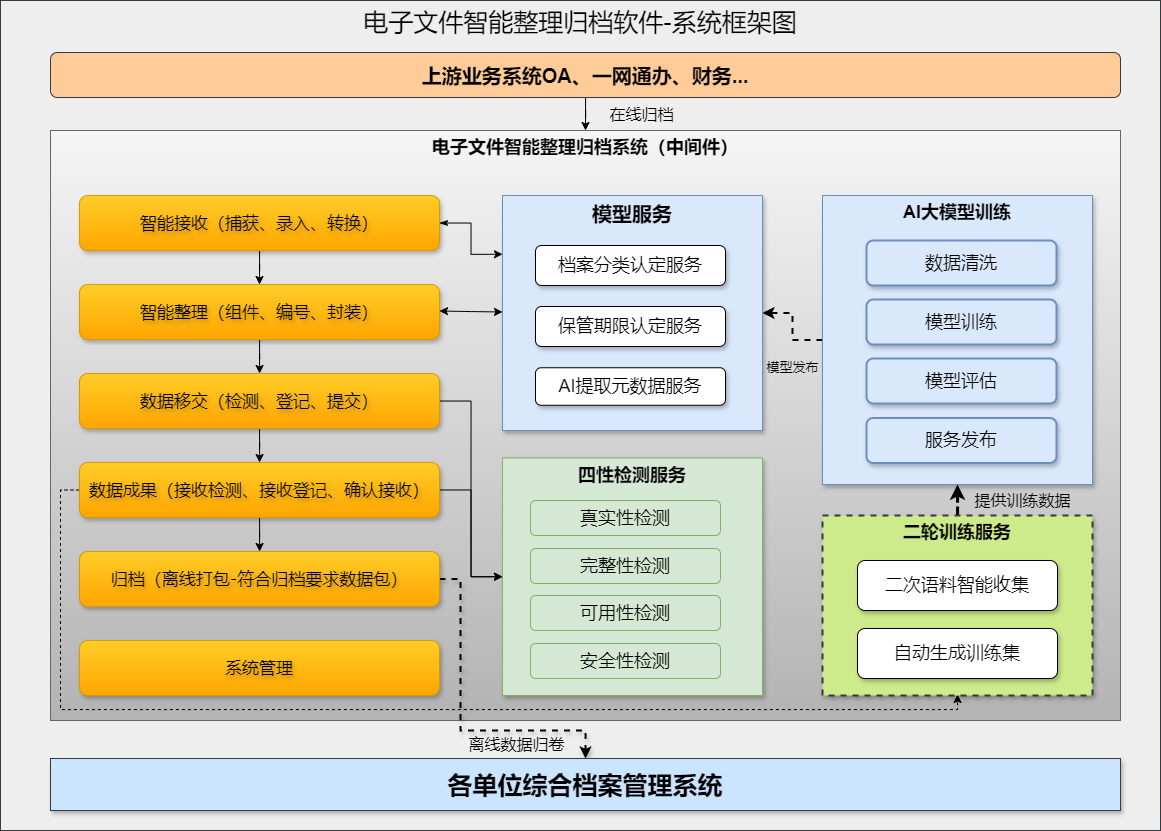
The draw.io diagram 未命名绘图.drawio.png in wss1801/test2, before a commit. Source tidied: cells renumbered, new cells last; positions are measured from the earlier drawing's top-left corner, leaving out a move shared by most shapes.
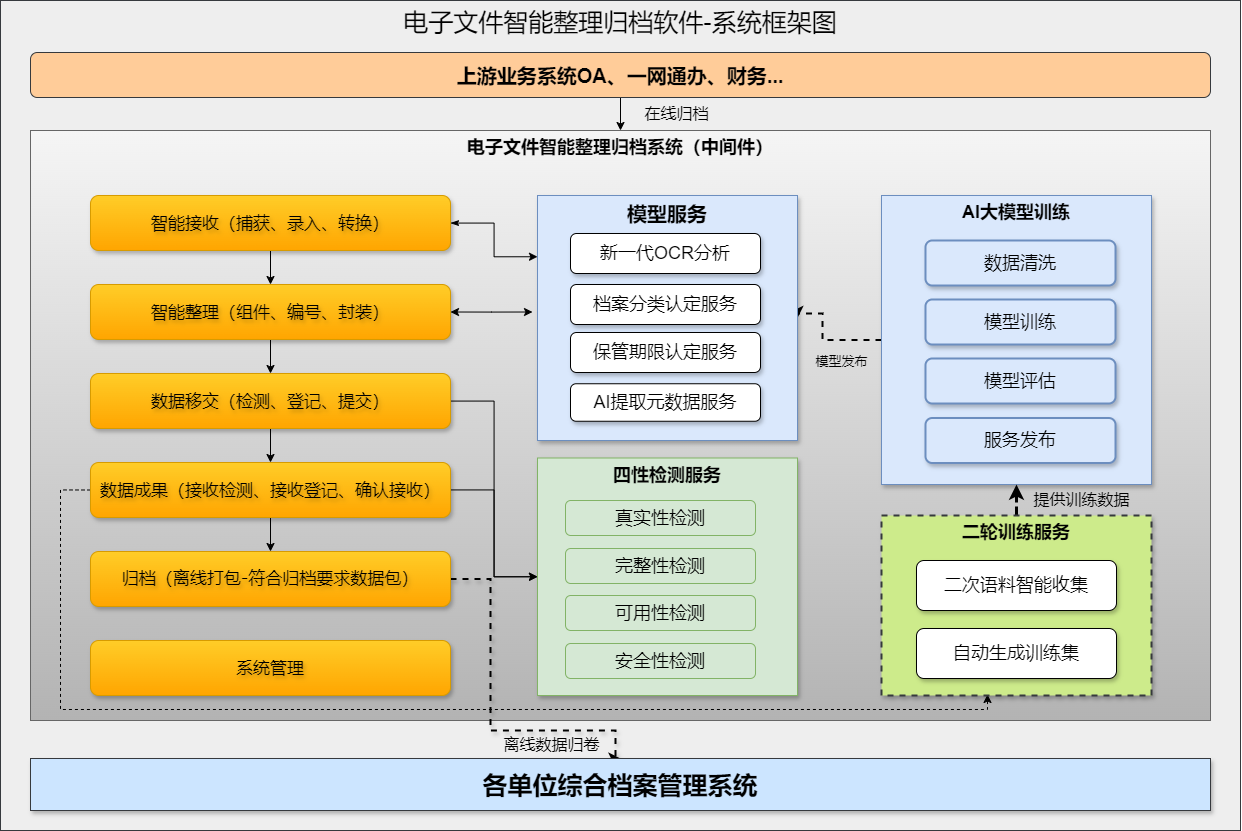
Later version of the same file.

Commit message:
电子文件整编归档.drawio.png

Change to the diagram source:
```diff
@@ -3,7 +3,7 @@
     <mxCell id="0" />
     <mxCell id="1" parent="0" />
     <mxCell id="2" value="电子文件智能整理归档软件-系统框架图" style="rounded=0;whiteSpace=wrap;html=1;fillColor=#eeeeee;strokeColor=#36393d;verticalAlign=top;fontSize=25;fontFamily=Helvetica;textShadow=0;" parent="1" vertex="1">
-      <mxGeometry width="1160" height="830" as="geometry" />
+      <mxGeometry x="-30" width="1240" height="830" as="geometry" />
     </mxCell>
     <mxCell id="3" style="edgeStyle=orthogonalEdgeStyle;rounded=0;jettySize=auto;html=1;entryX=0.5;entryY=0;entryDx=0;entryDy=0;fontSize=18;" parent="1" edge="1" source="5" target="6">
       <mxGeometry relative="1" as="geometry" />
@@ -14,10 +14,10 @@
       </mxGeometry>
     </mxCell>
     <mxCell id="5" value="上游业务系统OA、一网通办、财务..." style="rounded=1;whiteSpace=wrap;html=1;fontSize=20;fillColor=#ffcc99;strokeColor=#36393d;fontStyle=1;" parent="1" vertex="1">
-      <mxGeometry x="50" y="52" width="1070" height="45" as="geometry" />
+      <mxGeometry y="52" width="1180" height="45" as="geometry" />
     </mxCell>
     <mxCell id="6" value="电子文件智能整理归档系统（中间件）" style="rounded=0;whiteSpace=wrap;html=1;verticalAlign=top;fontSize=18;fillColor=#f5f5f5;gradientColor=#b3b3b3;strokeColor=#666666;fontStyle=1;align=center;" parent="1" vertex="1">
-      <mxGeometry x="50" y="130" width="1070" height="590" as="geometry" />
+      <mxGeometry y="130" width="1180" height="590" as="geometry" />
     </mxCell>
     <mxCell id="7" style="edgeStyle=orthogonalEdgeStyle;rounded=0;jettySize=auto;html=1;entryX=0;entryY=0.25;entryDx=0;entryDy=0;startArrow=classicThin;startFill=1;" parent="1" edge="1" source="9" target="35">
       <mxGeometry relative="1" as="geometry" />
@@ -26,11 +26,10 @@
       <mxGeometry relative="1" as="geometry" />
     </mxCell>
     <mxCell id="9" value="智能接收（捕获、录入、转换）" style="rounded=1;whiteSpace=wrap;html=1;fontSize=17;fillColor=#ffcd28;gradientColor=#ffa500;strokeColor=#d79b00;fontStyle=0;fontFamily=Verdana;shadow=1;textShadow=1;" parent="1" vertex="1">
-      <mxGeometry x="79" y="195" width="360" height="55" as="geometry" />
+      <mxGeometry x="60" y="195" width="360" height="55" as="geometry" />
     </mxCell>
-    <mxCell id="10" style="edgeStyle=orthogonalEdgeStyle;rounded=0;orthogonalLoop=1;jettySize=auto;html=1;entryX=0;entryY=0.5;entryDx=0;entryDy=0;startArrow=classic;startFill=1;endArrow=classic;endFill=1;" parent="1" edge="1">
+    <mxCell id="10" style="edgeStyle=orthogonalEdgeStyle;rounded=0;jettySize=auto;html=1;entryX=0;entryY=0.5;entryDx=0;entryDy=0;startArrow=classic;startFill=1;endArrow=classic;endFill=1;exitX=1;exitY=0.5;exitDx=0;exitDy=0;" parent="1" edge="1" source="12">
       <mxGeometry relative="1" as="geometry">
-        <mxPoint x="439" y="310.5" as="sourcePoint" />
         <mxPoint x="502" y="311.5" as="targetPoint" />
       </mxGeometry>
     </mxCell>
@@ -38,7 +37,7 @@
       <mxGeometry relative="1" as="geometry" />
     </mxCell>
     <mxCell id="12" value="智能整理（组件、编号、封装）" style="rounded=1;whiteSpace=wrap;html=1;fontSize=17;fillColor=#ffcd28;gradientColor=#ffa500;strokeColor=#d79b00;fontStyle=0;fontFamily=Verdana;shadow=1;textShadow=1;" parent="1" vertex="1">
-      <mxGeometry x="79" y="284" width="360" height="55" as="geometry" />
+      <mxGeometry x="60" y="284" width="360" height="55" as="geometry" />
     </mxCell>
     <mxCell id="13" style="edgeStyle=orthogonalEdgeStyle;rounded=0;jettySize=auto;html=1;entryX=0;entryY=0.5;entryDx=0;entryDy=0;" parent="1" edge="1" source="15" target="41">
       <mxGeometry relative="1" as="geometry" />
@@ -47,7 +46,7 @@
       <mxGeometry relative="1" as="geometry" />
     </mxCell>
     <mxCell id="15" value="数据移交（检测、登记、提交）" style="rounded=1;whiteSpace=wrap;html=1;fontSize=17;fillColor=#ffcd28;gradientColor=#ffa500;strokeColor=#d79b00;fontStyle=0;fontFamily=Verdana;shadow=1;textShadow=1;" parent="1" vertex="1">
-      <mxGeometry x="79" y="373" width="360" height="55" as="geometry" />
+      <mxGeometry x="60" y="373" width="360" height="55" as="geometry" />
     </mxCell>
     <mxCell id="16" style="edgeStyle=orthogonalEdgeStyle;rounded=0;jettySize=auto;html=1;entryX=0;entryY=0.5;entryDx=0;entryDy=0;" parent="1" edge="1" source="19" target="41">
       <mxGeometry relative="1" as="geometry" />
@@ -59,14 +58,14 @@
       <mxGeometry relative="1" as="geometry">
         <mxPoint x="957" y="694" as="targetPoint" />
         <Array as="points">
-          <mxPoint x="60" y="489" />
-          <mxPoint x="60" y="709" />
+          <mxPoint x="30" y="489" />
+          <mxPoint x="30" y="709" />
           <mxPoint x="957" y="709" />
         </Array>
       </mxGeometry>
     </mxCell>
     <mxCell id="19" value="数据成果（接收检测、接收登记、确认接收）" style="rounded=1;whiteSpace=wrap;html=1;fontSize=17;fillColor=#ffcd28;gradientColor=#ffa500;strokeColor=#d79b00;fontStyle=0;fontFamily=Verdana;shadow=1;textShadow=1;" parent="1" vertex="1">
-      <mxGeometry x="79" y="462" width="360" height="55" as="geometry" />
+      <mxGeometry x="60" y="462" width="360" height="55" as="geometry" />
     </mxCell>
     <mxCell id="20" style="edgeStyle=orthogonalEdgeStyle;rounded=0;jettySize=auto;html=1;entryX=0.5;entryY=0;entryDx=0;entryDy=0;dashed=1;strokeWidth=2;shadow=1;" parent="1" edge="1" source="22" target="23">
       <mxGeometry relative="1" as="geometry">
@@ -79,14 +78,14 @@
     </mxCell>
     <mxCell id="21" value="&lt;font&gt;离线数据归卷&lt;/font&gt;" style="edgeLabel;html=1;align=center;verticalAlign=middle;fontSize=16;labelBackgroundColor=none;" parent="20" vertex="1">
       <mxGeometry x="0.61" y="-1" relative="1" as="geometry">
-        <mxPoint x="-35" y="12" as="offset" />
+        <mxPoint x="-30" y="12" as="offset" />
       </mxGeometry>
     </mxCell>
     <mxCell id="22" value="归档（离线打包-符合归档要求数据包）" style="rounded=1;whiteSpace=wrap;html=1;fontSize=17;fillColor=#ffcd28;gradientColor=#ffa500;strokeColor=#d79b00;fontStyle=0;fontFamily=Verdana;shadow=1;textShadow=1;" parent="1" vertex="1">
-      <mxGeometry x="79" y="551" width="360" height="55" as="geometry" />
+      <mxGeometry x="60" y="551" width="360" height="55" as="geometry" />
     </mxCell>
     <mxCell id="23" value="各单位综合档案管理系统" style="rounded=0;whiteSpace=wrap;html=1;fontSize=25;fillColor=#cce5ff;strokeColor=#36393d;fontStyle=1;shadow=1;" parent="1" vertex="1">
-      <mxGeometry x="50" y="758" width="1070" height="52" as="geometry" />
+      <mxGeometry y="758" width="1180" height="52" as="geometry" />
     </mxCell>
     <mxCell id="24" style="edgeStyle=orthogonalEdgeStyle;rounded=0;jettySize=auto;html=1;exitX=0;exitY=0.5;exitDx=0;exitDy=0;entryX=1;entryY=0.5;entryDx=0;entryDy=0;dashed=1;strokeWidth=2;strokeColor=#000000;" parent="1" edge="1" source="26" target="35">
       <mxGeometry relative="1" as="geometry">
@@ -98,14 +97,14 @@
     </mxCell>
     <mxCell id="25" value="模型发布" style="edgeLabel;html=1;align=center;verticalAlign=middle;fontSize=13;labelBackgroundColor=none;" parent="24" vertex="1">
       <mxGeometry x="0.08" y="3" relative="1" as="geometry">
-        <mxPoint x="2" y="44" as="offset" />
+        <mxPoint x="21" y="23" as="offset" />
       </mxGeometry>
     </mxCell>
     <mxCell id="26" value="AI大模型训练" style="rounded=0;whiteSpace=wrap;html=1;verticalAlign=top;fontSize=18;shadow=1;fillColor=#dae8fc;strokeColor=#6c8ebf;fontStyle=1;" parent="1" vertex="1">
-      <mxGeometry x="822" y="195" width="270" height="289" as="geometry" />
+      <mxGeometry x="851" y="195" width="270" height="289" as="geometry" />
     </mxCell>
     <mxCell id="27" value="数据清洗" style="rounded=1;whiteSpace=wrap;html=1;fontSize=18;shadow=1;fillColor=#dae8fc;strokeColor=#6c8ebf;textShadow=0;fontStyle=0;strokeWidth=2;" parent="1" vertex="1">
-      <mxGeometry x="866" y="240" width="190" height="45" as="geometry" />
+      <mxGeometry x="895" y="240" width="190" height="45" as="geometry" />
     </mxCell>
     <mxCell id="28" style="edgeStyle=orthogonalEdgeStyle;rounded=0;jettySize=auto;html=1;entryX=0.5;entryY=1;entryDx=0;entryDy=0;dashed=1;strokeWidth=3;" parent="1" edge="1" source="30" target="26">
       <mxGeometry relative="1" as="geometry" />
@@ -116,52 +115,55 @@
       </mxGeometry>
     </mxCell>
     <mxCell id="30" value="二轮训练服务" style="rounded=0;whiteSpace=wrap;html=1;verticalAlign=top;fontSize=18;shadow=1;fillColor=#cdeb8b;strokeColor=#36393d;fontStyle=1;dashed=1;strokeWidth=2;" parent="1" vertex="1">
-      <mxGeometry x="822" y="515" width="270" height="180" as="geometry" />
+      <mxGeometry x="851" y="515" width="270" height="180" as="geometry" />
     </mxCell>
     <mxCell id="31" value="系统管理" style="rounded=1;whiteSpace=wrap;html=1;fontSize=17;fillColor=#ffcd28;gradientColor=#ffa500;strokeColor=#d79b00;fontStyle=0;fontFamily=Verdana;shadow=1;textShadow=1;" parent="1" vertex="1">
-      <mxGeometry x="79" y="640" width="360" height="55" as="geometry" />
+      <mxGeometry x="60" y="640" width="360" height="55" as="geometry" />
     </mxCell>
     <mxCell id="32" value="模型训练" style="rounded=1;whiteSpace=wrap;html=1;fontSize=18;shadow=1;fillColor=#dae8fc;strokeColor=#6c8ebf;textShadow=0;fontStyle=0;strokeWidth=2;" parent="1" vertex="1">
-      <mxGeometry x="866" y="299" width="190" height="45" as="geometry" />
+      <mxGeometry x="895" y="299" width="190" height="45" as="geometry" />
     </mxCell>
     <mxCell id="33" value="模型评估" style="rounded=1;whiteSpace=wrap;html=1;fontSize=18;shadow=1;fillColor=#dae8fc;strokeColor=#6c8ebf;textShadow=0;fontStyle=0;strokeWidth=2;" parent="1" vertex="1">
-      <mxGeometry x="866" y="358" width="190" height="45" as="geometry" />
+      <mxGeometry x="895" y="358" width="190" height="45" as="geometry" />
     </mxCell>
     <mxCell id="34" value="服务发布" style="rounded=1;whiteSpace=wrap;html=1;fontSize=18;shadow=1;fillColor=#dae8fc;strokeColor=#6c8ebf;textShadow=0;fontStyle=0;strokeWidth=2;" parent="1" vertex="1">
-      <mxGeometry x="866" y="417.5" width="190" height="45" as="geometry" />
+      <mxGeometry x="895" y="417.5" width="190" height="45" as="geometry" />
     </mxCell>
     <mxCell id="35" value="模型服务" style="rounded=0;whiteSpace=wrap;html=1;verticalAlign=top;fontSize=20;shadow=1;fillColor=#dae8fc;strokeColor=#6c8ebf;fontStyle=1;" parent="1" vertex="1">
-      <mxGeometry x="502" y="195" width="260" height="235" as="geometry" />
+      <mxGeometry x="507" y="195" width="260" height="245" as="geometry" />
     </mxCell>
     <mxCell id="36" value="档案分类认定服务" style="rounded=1;whiteSpace=wrap;html=1;fontSize=18;glass=0;shadow=1;" parent="1" vertex="1">
-      <mxGeometry x="535" y="245" width="190" height="40" as="geometry" />
+      <mxGeometry x="540" y="284" width="190" height="40" as="geometry" />
     </mxCell>
     <mxCell id="37" value="保管期限认定服务" style="rounded=1;whiteSpace=wrap;html=1;fontSize=18;glass=0;shadow=1;" parent="1" vertex="1">
-      <mxGeometry x="535" y="306" width="190" height="40" as="geometry" />
+      <mxGeometry x="540" y="332" width="190" height="40" as="geometry" />
     </mxCell>
     <mxCell id="38" value="AI提取元数据服务" style="rounded=1;whiteSpace=wrap;html=1;fontSize=18;glass=0;shadow=1;" parent="1" vertex="1">
-      <mxGeometry x="535" y="367.2" width="190" height="37.5" as="geometry" />
+      <mxGeometry x="540" y="383.2" width="190" height="37.5" as="geometry" />
     </mxCell>
     <mxCell id="39" value="二次语料智能收集" style="rounded=1;whiteSpace=wrap;html=1;fontSize=18;shadow=1;" parent="1" vertex="1">
-      <mxGeometry x="857" y="560" width="200" height="50" as="geometry" />
+      <mxGeometry x="886" y="560" width="200" height="50" as="geometry" />
     </mxCell>
     <mxCell id="40" value="自动生成训练集" style="rounded=1;whiteSpace=wrap;html=1;fontSize=18;shadow=1;" parent="1" vertex="1">
-      <mxGeometry x="857" y="628" width="200" height="50" as="geometry" />
+      <mxGeometry x="886" y="628" width="200" height="50" as="geometry" />
     </mxCell>
     <mxCell id="41" value="四性检测服务" style="rounded=0;whiteSpace=wrap;html=1;verticalAlign=top;fontSize=18;shadow=1;fillColor=#d5e8d4;strokeColor=#82b366;fontStyle=1;" parent="1" vertex="1">
-      <mxGeometry x="502" y="457.5" width="260" height="237.5" as="geometry" />
+      <mxGeometry x="507" y="457.5" width="260" height="237.5" as="geometry" />
     </mxCell>
     <mxCell id="42" value="真实性检测" style="rounded=1;whiteSpace=wrap;html=1;fontSize=18;fillColor=#d5e8d4;strokeColor=#82b366;" parent="1" vertex="1">
-      <mxGeometry x="530" y="500" width="190" height="35" as="geometry" />
+      <mxGeometry x="535" y="500" width="190" height="35" as="geometry" />
     </mxCell>
     <mxCell id="43" value="完整性检测" style="rounded=1;whiteSpace=wrap;html=1;fontSize=18;fillColor=#d5e8d4;strokeColor=#82b366;" parent="1" vertex="1">
-      <mxGeometry x="530" y="548" width="190" height="35" as="geometry" />
+      <mxGeometry x="535" y="548" width="190" height="35" as="geometry" />
     </mxCell>
     <mxCell id="44" value="可用性检测" style="rounded=1;whiteSpace=wrap;html=1;fontSize=18;fillColor=#d5e8d4;strokeColor=#82b366;" parent="1" vertex="1">
-      <mxGeometry x="530" y="595" width="190" height="35" as="geometry" />
+      <mxGeometry x="535" y="595" width="190" height="35" as="geometry" />
     </mxCell>
     <mxCell id="45" value="安全性检测" style="rounded=1;whiteSpace=wrap;html=1;fontSize=18;fillColor=#d5e8d4;strokeColor=#82b366;" parent="1" vertex="1">
-      <mxGeometry x="530" y="643" width="190" height="35" as="geometry" />
+      <mxGeometry x="535" y="643" width="190" height="35" as="geometry" />
     </mxCell>
+    <mxCell id="46" value="新一代OCR分析" style="rounded=1;whiteSpace=wrap;html=1;fontSize=18;glass=0;shadow=1;" parent="1" vertex="1">
+      <mxGeometry x="540" y="233" width="190" height="40" as="geometry" />
+    </mxCell>
   </root>
 </mxGraphModel>
```
